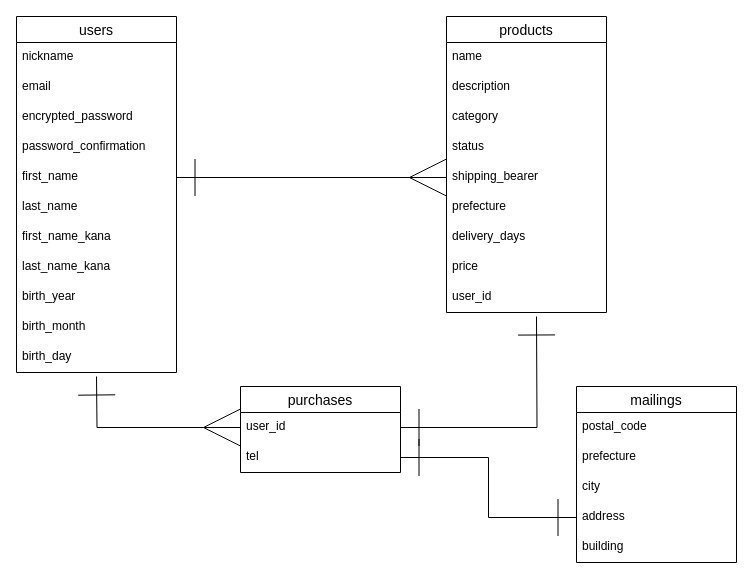
Earlier version of the draw.io diagram furima.dio (phy-homa/furima-36246). Source tidied: cells renumbered, new cells numbered last; positions are measured from the earlier drawing's top-left corner, leaving out a move shared by most shapes. Both pictures are drawn from the tidied source at 100%, with x=0, y=0 at pixel (16, 16).
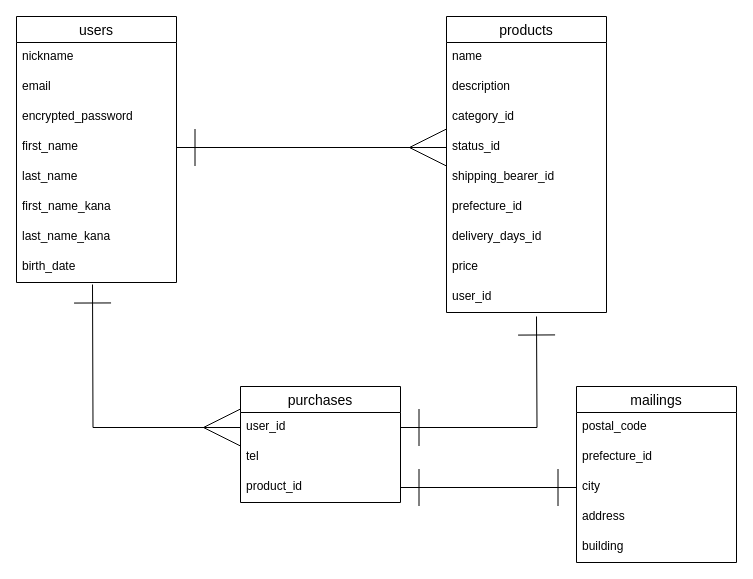
The same page after the edit.

Commit message (it also covers changes not shown here):
データベース設計修正

Unchanged cells that the change refers to:
```xml
<mxCell id="14" value="products" style="swimlane;fontStyle=0;horizontal=1;startSize=26;align=center;fontSize=14;" parent="1" vertex="1">
  <mxGeometry x="430" width="160" height="296" as="geometry" />
</mxCell>
<mxCell id="25" value="mailings" style="swimlane;fontStyle=0;horizontal=1;startSize=26;align=center;fontSize=14;" parent="1" vertex="1">
  <mxGeometry x="560" y="370" width="160" height="176" as="geometry" />
</mxCell>
<mxCell id="28" value="city" style="text;strokeColor=none;fillColor=none;spacingLeft=4;spacingRight=4;overflow=hidden;points=[[0,0.5],[1,0.5]];portConstraint=eastwest;fontSize=12;" parent="25" vertex="1">
  <mxGeometry y="86" width="160" height="30" as="geometry" />
</mxCell>
<mxCell id="29" value="address" style="text;strokeColor=none;fillColor=none;spacingLeft=4;spacingRight=4;overflow=hidden;points=[[0,0.5],[1,0.5]];portConstraint=eastwest;fontSize=12;" parent="25" vertex="1">
  <mxGeometry y="116" width="160" height="30" as="geometry" />
</mxCell>
<mxCell id="32" value="user_id" style="text;strokeColor=none;fillColor=none;spacingLeft=4;spacingRight=4;overflow=hidden;points=[[0,0.5],[1,0.5]];portConstraint=eastwest;fontSize=12;" parent="31" vertex="1">
  <mxGeometry y="26" width="160" height="30" as="geometry" />
</mxCell>
<mxCell id="33" value="tel" style="text;strokeColor=none;fillColor=none;spacingLeft=4;spacingRight=4;overflow=hidden;points=[[0,0.5],[1,0.5]];portConstraint=eastwest;fontSize=12;" parent="31" vertex="1">
  <mxGeometry y="56" width="160" height="30" as="geometry" />
</mxCell>
```

Diff of the diagram source:
```diff
@@
     <mxCell id="2" value="users" style="swimlane;fontStyle=0;horizontal=1;startSize=26;align=center;fontSize=14;" parent="1" vertex="1">
-      <mxGeometry width="160" height="356" as="geometry" />
+      <mxGeometry width="160" height="266" as="geometry" />
     </mxCell>
@@
-    <mxCell id="6" value="password_confirmation&#10;" style="text;strokeColor=none;fillColor=none;spacingLeft=4;spacingRight=4;overflow=hidden;fontSize=12;" parent="2" vertex="1">
-      <mxGeometry y="116" width="160" height="30" as="geometry" />
-    </mxCell>
     <mxCell id="7" value="first_name" style="text;strokeColor=none;fillColor=none;spacingLeft=4;spacingRight=4;overflow=hidden;points=[[0,0.5],[1,0.5]];portConstraint=eastwest;fontSize=12;" parent="2" vertex="1">
-      <mxGeometry y="146" width="160" height="30" as="geometry" />
+      <mxGeometry y="116" width="160" height="30" as="geometry" />
     </mxCell>
     <mxCell id="8" value="last_name" style="text;strokeColor=none;fillColor=none;spacingLeft=4;spacingRight=4;overflow=hidden;fontSize=12;" parent="2" vertex="1">
-      <mxGeometry y="176" width="160" height="30" as="geometry" />
+      <mxGeometry y="146" width="160" height="30" as="geometry" />
     </mxCell>
     <mxCell id="9" value="first_name_kana" style="text;strokeColor=none;fillColor=none;spacingLeft=4;spacingRight=4;overflow=hidden;fontSize=12;" parent="2" vertex="1">
-      <mxGeometry y="206" width="160" height="30" as="geometry" />
+      <mxGeometry y="176" width="160" height="30" as="geometry" />
     </mxCell>
     <mxCell id="10" value="last_name_kana" style="text;strokeColor=none;fillColor=none;spacingLeft=4;spacingRight=4;overflow=hidden;fontSize=12;" parent="2" vertex="1">
-      <mxGeometry y="236" width="160" height="30" as="geometry" />
+      <mxGeometry y="206" width="160" height="30" as="geometry" />
     </mxCell>
-    <mxCell id="11" value="birth_year" style="text;strokeColor=none;fillColor=none;spacingLeft=4;spacingRight=4;overflow=hidden;fontSize=12;" parent="2" vertex="1">
-      <mxGeometry y="266" width="160" height="30" as="geometry" />
+    <mxCell id="11" value="birth_date" style="text;strokeColor=none;fillColor=none;spacingLeft=4;spacingRight=4;overflow=hidden;fontSize=12;" parent="2" vertex="1">
+      <mxGeometry y="236" width="160" height="30" as="geometry" />
     </mxCell>
-    <mxCell id="12" value="birth_month" style="text;strokeColor=none;fillColor=none;spacingLeft=4;spacingRight=4;overflow=hidden;fontSize=12;" parent="2" vertex="1">
-      <mxGeometry y="296" width="160" height="30" as="geometry" />
-    </mxCell>
-    <mxCell id="13" value="birth_day" style="text;strokeColor=none;fillColor=none;spacingLeft=4;spacingRight=4;overflow=hidden;fontSize=12;" parent="2" vertex="1">
-      <mxGeometry y="326" width="160" height="30" as="geometry" />
-    </mxCell>
@@
-    <mxCell id="17" value="category" style="text;strokeColor=none;fillColor=none;spacingLeft=4;spacingRight=4;overflow=hidden;fontSize=12;" parent="14" vertex="1">
+    <mxCell id="17" value="category_id" style="text;strokeColor=none;fillColor=none;spacingLeft=4;spacingRight=4;overflow=hidden;fontSize=12;" parent="14" vertex="1">
       <mxGeometry y="86" width="160" height="30" as="geometry" />
     </mxCell>
-    <mxCell id="18" value="status" style="text;strokeColor=none;fillColor=none;spacingLeft=4;spacingRight=4;overflow=hidden;points=[[0,0.5],[1,0.5]];portConstraint=eastwest;fontSize=12;" parent="14" vertex="1">
+    <mxCell id="18" value="status_id" style="text;strokeColor=none;fillColor=none;spacingLeft=4;spacingRight=4;overflow=hidden;points=[[0,0.5],[1,0.5]];portConstraint=eastwest;fontSize=12;" parent="14" vertex="1">
       <mxGeometry y="116" width="160" height="30" as="geometry" />
     </mxCell>
-    <mxCell id="19" value="shipping_bearer&#10;" style="text;strokeColor=none;fillColor=none;spacingLeft=4;spacingRight=4;overflow=hidden;points=[[0,0.5],[1,0.5]];portConstraint=eastwest;fontSize=12;" parent="14" vertex="1">
+    <mxCell id="19" value="shipping_bearer_id" style="text;strokeColor=none;fillColor=none;spacingLeft=4;spacingRight=4;overflow=hidden;points=[[0,0.5],[1,0.5]];portConstraint=eastwest;fontSize=12;" parent="14" vertex="1">
       <mxGeometry y="146" width="160" height="30" as="geometry" />
     </mxCell>
-    <mxCell id="20" value="prefecture" style="text;strokeColor=none;fillColor=none;spacingLeft=4;spacingRight=4;overflow=hidden;fontSize=12;" parent="14" vertex="1">
+    <mxCell id="20" value="prefecture_id" style="text;strokeColor=none;fillColor=none;spacingLeft=4;spacingRight=4;overflow=hidden;fontSize=12;" parent="14" vertex="1">
       <mxGeometry y="176" width="160" height="30" as="geometry" />
     </mxCell>
-    <mxCell id="21" value="delivery_days" style="text;strokeColor=none;fillColor=none;spacingLeft=4;spacingRight=4;overflow=hidden;fontSize=12;" parent="14" vertex="1">
+    <mxCell id="21" value="delivery_days_id" style="text;strokeColor=none;fillColor=none;spacingLeft=4;spacingRight=4;overflow=hidden;fontSize=12;" parent="14" vertex="1">
       <mxGeometry y="206" width="160" height="30" as="geometry" />
     </mxCell>
@@
-    <mxCell id="24" style="edgeStyle=orthogonalEdgeStyle;rounded=0;jettySize=auto;html=1;exitX=1;exitY=0.5;exitDx=0;exitDy=0;endArrow=ERmany;endFill=0;entryX=0;entryY=0.5;entryDx=0;entryDy=0;targetPerimeterSpacing=15;endSize=35;sourcePerimeterSpacing=15;startArrow=ERone;startFill=0;startSize=35;" parent="1" edge="1" source="7" target="19">
-      <mxGeometry relative="1" as="geometry" />
-    </mxCell>
@@
-    <mxCell id="27" value="prefecture" style="text;strokeColor=none;fillColor=none;spacingLeft=4;spacingRight=4;overflow=hidden;fontSize=12;" parent="25" vertex="1">
+    <mxCell id="27" value="prefecture_id" style="text;strokeColor=none;fillColor=none;spacingLeft=4;spacingRight=4;overflow=hidden;fontSize=12;" parent="25" vertex="1">
       <mxGeometry y="56" width="160" height="30" as="geometry" />
     </mxCell>
@@
     <mxCell id="31" value="purchases" style="swimlane;fontStyle=0;horizontal=1;startSize=26;align=center;fontSize=14;" parent="1" vertex="1">
-      <mxGeometry x="224" y="370" width="160" height="86" as="geometry" />
+      <mxGeometry x="224" y="370" width="160" height="116" as="geometry" />
     </mxCell>
@@
+    <mxCell id="37" value="product_id" style="text;strokeColor=none;fillColor=none;spacingLeft=4;spacingRight=4;overflow=hidden;points=[[0,0.5],[1,0.5]];portConstraint=eastwest;fontSize=12;" parent="31" vertex="1">
+      <mxGeometry y="86" width="160" height="30" as="geometry" />
+    </mxCell>
     <mxCell id="34" style="edgeStyle=orthogonalEdgeStyle;rounded=0;jettySize=auto;html=1;exitX=0;exitY=0.5;exitDx=0;exitDy=0;startArrow=ERmany;startFill=0;endArrow=ERone;endFill=0;startSize=35;endSize=35;sourcePerimeterSpacing=15;targetPerimeterSpacing=15;" parent="1" edge="1" source="32">
       <mxGeometry relative="1" as="geometry">
-        <mxPoint x="80" y="360" as="targetPoint" />
+        <mxPoint x="76" y="268" as="targetPoint" />
       </mxGeometry>
     </mxCell>
@@
-    <mxCell id="36" style="edgeStyle=orthogonalEdgeStyle;rounded=0;jettySize=auto;html=1;exitX=1;exitY=0.5;exitDx=0;exitDy=0;entryX=0;entryY=0.5;entryDx=0;entryDy=0;startArrow=ERone;startFill=0;endArrow=ERone;endFill=0;startSize=35;endSize=35;sourcePerimeterSpacing=15;targetPerimeterSpacing=15;" parent="1" edge="1" source="33" target="29">
-      <mxGeometry relative="1" as="geometry" />
-    </mxCell>
+    <mxCell id="38" style="edgeStyle=orthogonalEdgeStyle;rounded=0;jettySize=auto;html=1;exitX=1;exitY=0.5;exitDx=0;exitDy=0;endSize=35;startSize=35;endArrow=ERmany;endFill=0;startArrow=ERone;startFill=0;targetPerimeterSpacing=0;sourcePerimeterSpacing=0;" parent="1" edge="1" source="7" target="18">
+      <mxGeometry relative="1" as="geometry" />
+    </mxCell>
+    <mxCell id="39" style="edgeStyle=orthogonalEdgeStyle;rounded=0;jettySize=auto;html=1;exitX=1;exitY=0.5;exitDx=0;exitDy=0;startArrow=ERone;startFill=0;endArrow=ERone;endFill=0;startSize=35;endSize=35;sourcePerimeterSpacing=0;targetPerimeterSpacing=0;" parent="1" edge="1" source="37" target="28">
+      <mxGeometry relative="1" as="geometry" />
+    </mxCell>
```
